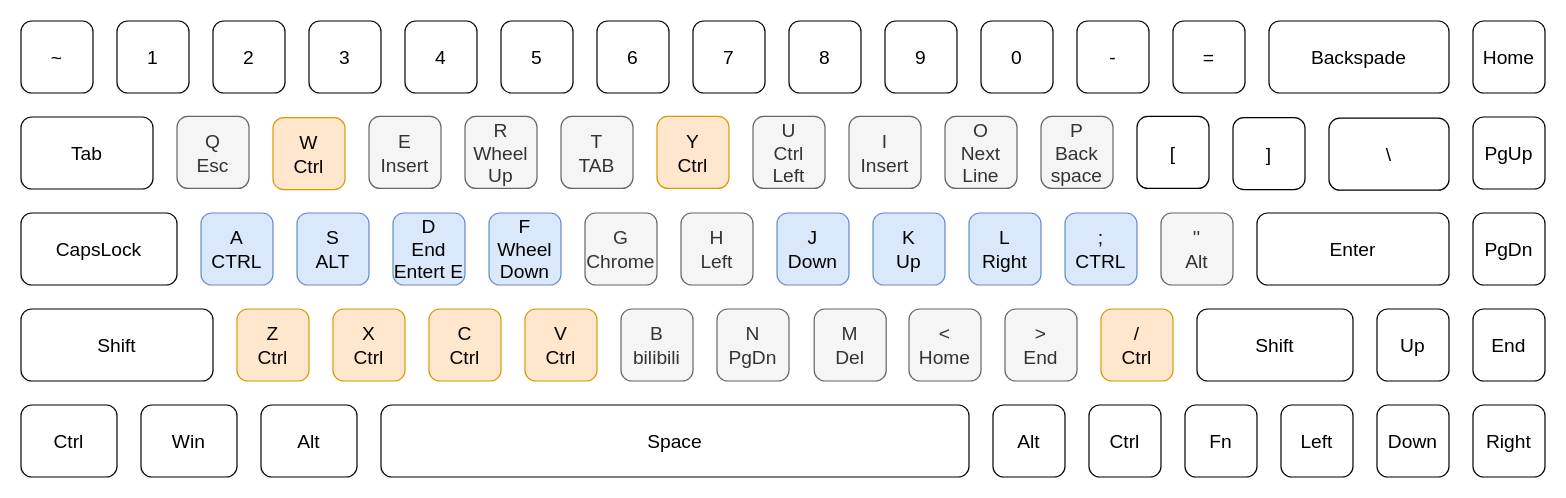
Above: Key_Mapping.drawio in HeisensOppings/AHK-Script-For-VIm (draw.io), before the change. Source tidied: cells renumbered, new cells numbered last; positions are measured from the earlier drawing's top-left corner, leaving out a move shared by most shapes. Both pictures are drawn from the tidied source at 120%, with x=0, y=0 at pixel (20, 20).
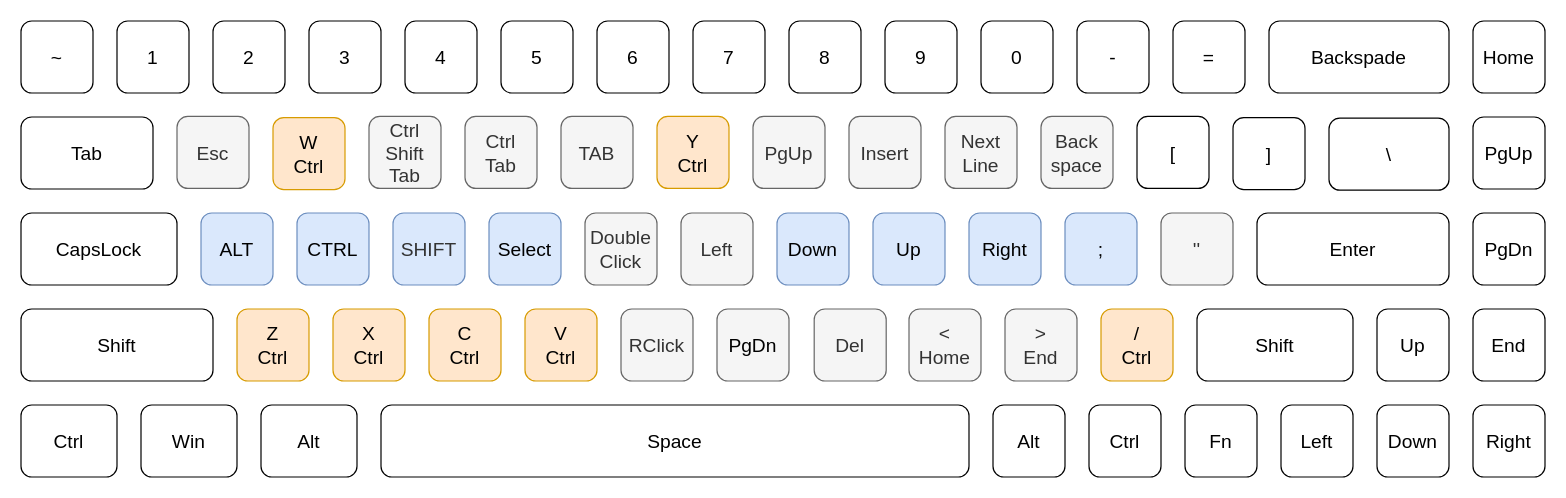
The same diagram, later.

The edit, as a diff of the source:
```diff
@@
-    <mxCell id="2" value="U&lt;br&gt;Ctrl&lt;br&gt;Left" style="whiteSpace=wrap;html=1;rounded=1;fillColor=#f5f5f5;strokeColor=#666666;fontColor=#333333;fontSize=16;" parent="1" vertex="1">
+    <mxCell id="2" value="PgUp" style="whiteSpace=wrap;html=1;rounded=1;fillColor=#f5f5f5;strokeColor=#666666;fontColor=#333333;fontSize=16;" parent="1" vertex="1">
       <mxGeometry x="610" y="79.5" width="60" height="60" as="geometry" />
     </mxCell>
-    <mxCell id="3" value="I&lt;br&gt;Insert" style="whiteSpace=wrap;html=1;rounded=1;fillColor=#f5f5f5;strokeColor=#666666;fontColor=#333333;fontSize=16;" parent="1" vertex="1">
+    <mxCell id="3" value="Insert" style="whiteSpace=wrap;html=1;rounded=1;fillColor=#f5f5f5;strokeColor=#666666;fontColor=#333333;fontSize=16;" parent="1" vertex="1">
       <mxGeometry x="690" y="79.5" width="60" height="60" as="geometry" />
     </mxCell>
-    <mxCell id="4" value="P&lt;br&gt;Back&lt;br&gt;space" style="whiteSpace=wrap;html=1;rounded=1;fillColor=#f5f5f5;strokeColor=#666666;fontColor=#333333;fontSize=16;" parent="1" vertex="1">
+    <mxCell id="4" value="Back&lt;br&gt;space" style="whiteSpace=wrap;html=1;rounded=1;fillColor=#f5f5f5;strokeColor=#666666;fontColor=#333333;fontSize=16;" parent="1" vertex="1">
       <mxGeometry x="850" y="79.5" width="60" height="60" as="geometry" />
     </mxCell>
-    <mxCell id="5" value="L&lt;br&gt;Right" style="whiteSpace=wrap;html=1;rounded=1;fillColor=#dae8fc;strokeColor=#6c8ebf;fontSize=16;" parent="1" vertex="1">
+    <mxCell id="5" value="Right" style="whiteSpace=wrap;html=1;rounded=1;fillColor=#dae8fc;strokeColor=#6c8ebf;fontSize=16;" parent="1" vertex="1">
       <mxGeometry x="790" y="160" width="60" height="60" as="geometry" />
     </mxCell>
-    <mxCell id="6" value="K&lt;br&gt;Up" style="whiteSpace=wrap;html=1;rounded=1;fillColor=#dae8fc;strokeColor=#6c8ebf;fontSize=16;" parent="1" vertex="1">
+    <mxCell id="6" value="Up" style="whiteSpace=wrap;html=1;rounded=1;fillColor=#dae8fc;strokeColor=#6c8ebf;fontSize=16;" parent="1" vertex="1">
       <mxGeometry x="710" y="160" width="60" height="60" as="geometry" />
     </mxCell>
-    <mxCell id="7" value="O&lt;br&gt;Next Line" style="whiteSpace=wrap;html=1;rounded=1;fillColor=#f5f5f5;strokeColor=#666666;fontColor=#333333;fontSize=16;" parent="1" vertex="1">
+    <mxCell id="7" value="Next Line" style="whiteSpace=wrap;html=1;rounded=1;fillColor=#f5f5f5;strokeColor=#666666;fontColor=#333333;fontSize=16;" parent="1" vertex="1">
       <mxGeometry x="770" y="79.5" width="60" height="60" as="geometry" />
     </mxCell>
-    <mxCell id="8" value="J&lt;br&gt;Down" style="whiteSpace=wrap;html=1;rounded=1;fillColor=#dae8fc;strokeColor=#6c8ebf;fontSize=16;" parent="1" vertex="1">
+    <mxCell id="8" value="Down" style="whiteSpace=wrap;html=1;rounded=1;fillColor=#dae8fc;strokeColor=#6c8ebf;fontSize=16;" parent="1" vertex="1">
       <mxGeometry x="630" y="160" width="60" height="60" as="geometry" />
     </mxCell>
@@
-    <mxCell id="10" value="H&lt;br&gt;Left" style="whiteSpace=wrap;html=1;rounded=1;fillColor=#f5f5f5;strokeColor=#666666;fontColor=#333333;fontSize=16;" parent="1" vertex="1">
+    <mxCell id="10" value="Left" style="whiteSpace=wrap;html=1;rounded=1;fillColor=#f5f5f5;strokeColor=#666666;fontColor=#333333;fontSize=16;" parent="1" vertex="1">
       <mxGeometry x="550" y="160" width="60" height="60" as="geometry" />
     </mxCell>
-    <mxCell id="11" value="M&lt;br&gt;Del" style="whiteSpace=wrap;html=1;rounded=1;fillColor=#f5f5f5;strokeColor=#666666;fontColor=#333333;fontSize=16;" parent="1" vertex="1">
+    <mxCell id="11" value="Del" style="whiteSpace=wrap;html=1;rounded=1;fillColor=#f5f5f5;strokeColor=#666666;fontColor=#333333;fontSize=16;" parent="1" vertex="1">
       <mxGeometry x="661" y="240" width="60" height="60" as="geometry" />
     </mxCell>
@@
-    <mxCell id="14" value="N&lt;br&gt;PgDn" style="whiteSpace=wrap;html=1;rounded=1;fillColor=#f5f5f5;strokeColor=#666666;fontColor=#333333;fontSize=16;" parent="1" vertex="1">
+    <mxCell id="14" value="&lt;span style=&quot;color: rgb(0, 0, 0);&quot;&gt;PgDn&lt;/span&gt;" style="whiteSpace=wrap;html=1;rounded=1;fillColor=#f5f5f5;strokeColor=#666666;fontColor=#333333;fontSize=16;" parent="1" vertex="1">
       <mxGeometry x="580" y="240" width="60" height="60" as="geometry" />
     </mxCell>
-    <mxCell id="15" value=";&lt;br&gt;CTRL" style="whiteSpace=wrap;html=1;rounded=1;fillColor=#dae8fc;strokeColor=#6c8ebf;fontSize=16;" parent="1" vertex="1">
+    <mxCell id="15" value=";" style="whiteSpace=wrap;html=1;rounded=1;fillColor=#dae8fc;strokeColor=#6c8ebf;fontSize=16;" parent="1" vertex="1">
       <mxGeometry x="870" y="160" width="60" height="60" as="geometry" />
     </mxCell>
@@
-    <mxCell id="17" value="E&lt;br&gt;Insert" style="whiteSpace=wrap;html=1;rounded=1;fillColor=#f5f5f5;strokeColor=#666666;fontColor=#333333;fontSize=16;" parent="1" vertex="1">
+    <mxCell id="17" value="Ctrl&lt;br&gt;Shift&lt;br&gt;Tab" style="whiteSpace=wrap;html=1;rounded=1;fillColor=#f5f5f5;strokeColor=#666666;fontColor=#333333;fontSize=16;" parent="1" vertex="1">
       <mxGeometry x="290" y="79.5" width="60" height="60" as="geometry" />
     </mxCell>
-    <mxCell id="18" value="T&lt;br&gt;TAB" style="whiteSpace=wrap;html=1;rounded=1;fontSize=16;fillColor=#f5f5f5;fontColor=#333333;strokeColor=#666666;" parent="1" vertex="1">
+    <mxCell id="18" value="TAB" style="whiteSpace=wrap;html=1;rounded=1;fontSize=16;fillColor=#f5f5f5;fontColor=#333333;strokeColor=#666666;" parent="1" vertex="1">
       <mxGeometry x="450" y="79.5" width="60" height="60" as="geometry" />
     </mxCell>
-    <mxCell id="19" value="F&lt;br&gt;Wheel&lt;br&gt;Down" style="whiteSpace=wrap;html=1;rounded=1;fillColor=#dae8fc;strokeColor=#6c8ebf;fontSize=16;" parent="1" vertex="1">
+    <mxCell id="19" value="Select" style="whiteSpace=wrap;html=1;rounded=1;fillColor=#dae8fc;strokeColor=#6c8ebf;fontSize=16;" parent="1" vertex="1">
       <mxGeometry x="390" y="160" width="60" height="60" as="geometry" />
     </mxCell>
-    <mxCell id="20" value="D&lt;br&gt;End Entert E" style="whiteSpace=wrap;html=1;rounded=1;fillColor=#dae8fc;strokeColor=#6c8ebf;fontSize=16;" parent="1" vertex="1">
+    <mxCell id="20" value="&lt;span style=&quot;color: rgb(51, 51, 51);&quot;&gt;SHIFT&lt;/span&gt;" style="whiteSpace=wrap;html=1;rounded=1;fillColor=#dae8fc;strokeColor=#6c8ebf;fontSize=16;" parent="1" vertex="1">
       <mxGeometry x="310" y="160" width="60" height="60" as="geometry" />
     </mxCell>
-    <mxCell id="21" value="R&lt;br&gt;Wheel&lt;br&gt;Up" style="whiteSpace=wrap;html=1;rounded=1;fillColor=#f5f5f5;strokeColor=#666666;fontColor=#333333;fontSize=16;" parent="1" vertex="1">
+    <mxCell id="21" value="Ctrl&lt;br&gt;Tab" style="whiteSpace=wrap;html=1;rounded=1;fillColor=#f5f5f5;strokeColor=#666666;fontColor=#333333;fontSize=16;" parent="1" vertex="1">
       <mxGeometry x="370" y="79.5" width="60" height="60" as="geometry" />
     </mxCell>
-    <mxCell id="22" value="S&lt;br&gt;ALT" style="whiteSpace=wrap;html=1;rounded=1;fillColor=#dae8fc;strokeColor=#6c8ebf;fontSize=16;" parent="1" vertex="1">
+    <mxCell id="22" value="CTRL" style="whiteSpace=wrap;html=1;rounded=1;fillColor=#dae8fc;strokeColor=#6c8ebf;fontSize=16;" parent="1" vertex="1">
       <mxGeometry x="230" y="160" width="60" height="60" as="geometry" />
     </mxCell>
-    <mxCell id="23" value="Q&lt;br&gt;Esc" style="whiteSpace=wrap;html=1;rounded=1;fontSize=16;fillColor=#f5f5f5;fontColor=#333333;strokeColor=#666666;" parent="1" vertex="1">
+    <mxCell id="23" value="Esc" style="whiteSpace=wrap;html=1;rounded=1;fontSize=16;fillColor=#f5f5f5;fontColor=#333333;strokeColor=#666666;" parent="1" vertex="1">
       <mxGeometry x="130" y="79.5" width="60" height="60" as="geometry" />
     </mxCell>
-    <mxCell id="24" value="A&lt;br&gt;CTRL" style="whiteSpace=wrap;html=1;rounded=1;fillColor=#dae8fc;strokeColor=#6c8ebf;fontSize=16;" parent="1" vertex="1">
+    <mxCell id="24" value="ALT" style="whiteSpace=wrap;html=1;rounded=1;fillColor=#dae8fc;strokeColor=#6c8ebf;fontSize=16;" parent="1" vertex="1">
       <mxGeometry x="150" y="160" width="60" height="60" as="geometry" />
     </mxCell>
@@
-    <mxCell id="29" value="G&lt;br&gt;Chrome" style="whiteSpace=wrap;html=1;rounded=1;fontSize=16;fillColor=#f5f5f5;fontColor=#333333;strokeColor=#666666;" parent="1" vertex="1">
+    <mxCell id="29" value="Double&lt;br&gt;Click" style="whiteSpace=wrap;html=1;rounded=1;fontSize=16;fillColor=#f5f5f5;fontColor=#333333;strokeColor=#666666;" parent="1" vertex="1">
       <mxGeometry x="470" y="160" width="60" height="60" as="geometry" />
     </mxCell>
-    <mxCell id="30" value="B&lt;br&gt;bilibili" style="whiteSpace=wrap;html=1;rounded=1;fontSize=16;fillColor=#f5f5f5;fontColor=#333333;strokeColor=#666666;" parent="1" vertex="1">
+    <mxCell id="30" value="RClick" style="whiteSpace=wrap;html=1;rounded=1;fontSize=16;fillColor=#f5f5f5;fontColor=#333333;strokeColor=#666666;" parent="1" vertex="1">
       <mxGeometry x="500" y="240" width="60" height="60" as="geometry" />
     </mxCell>
@@
-    <mxCell id="58" value="''&lt;br&gt;Alt" style="rounded=1;whiteSpace=wrap;html=1;fontSize=16;fillColor=#f5f5f5;fontColor=#333333;strokeColor=#666666;" parent="1" vertex="1">
+    <mxCell id="58" value="''" style="rounded=1;whiteSpace=wrap;html=1;fontSize=16;fillColor=#f5f5f5;fontColor=#333333;strokeColor=#666666;" parent="1" vertex="1">
       <mxGeometry x="950" y="160" width="60" height="60" as="geometry" />
     </mxCell>
```
